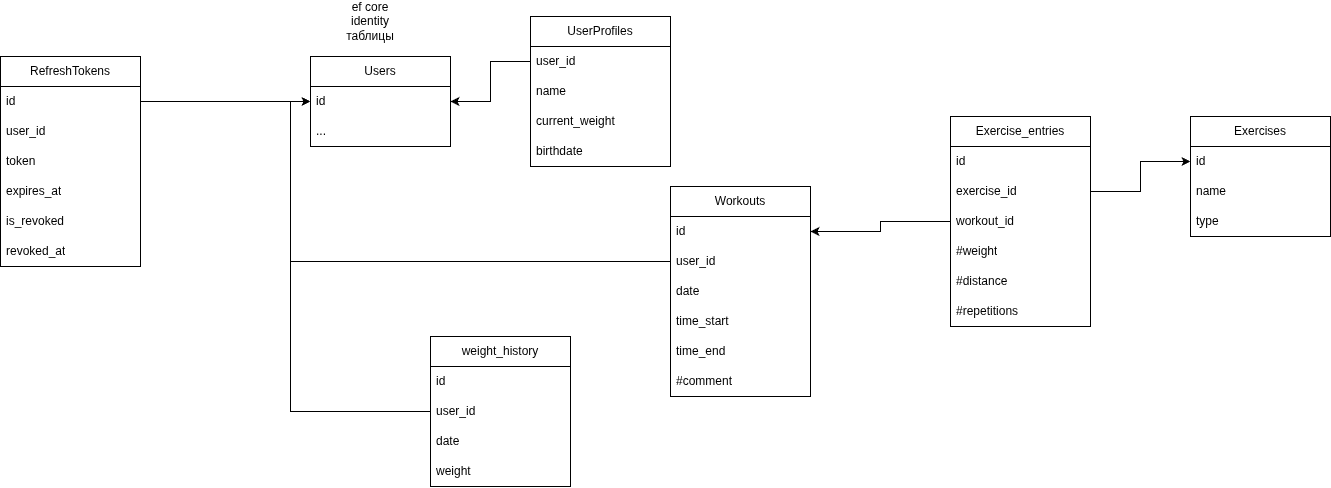
This is tracker-db.drawio.png from CITRUSR/sports-tracker, a draw.io export, as it was before one commit. Source tidied: cells renumbered, new cells last; positions are measured from the earlier drawing's top-left corner, leaving out a move shared by most shapes.
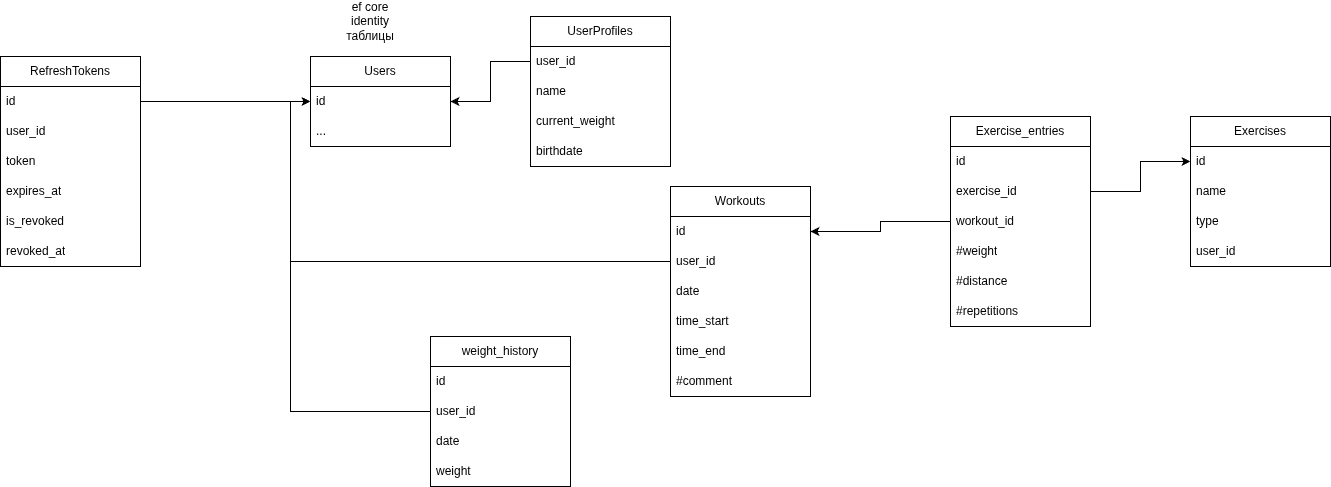
After the commit.

What changed in the source:
```diff
@@ -39,7 +39,7 @@
       <mxGeometry y="180" width="140" height="30" as="geometry" />
     </mxCell>
     <mxCell id="14" value="&lt;span class=&quot;FbVJjN6Hn_SkO0brKm6Q Nu5oHBnoIsaNGxp45Iup wys8db2rsYt2l5vK9OFU XIDYGWsoTGAEBIcv3FkQ YrEYeqPS_UPLU4JgRSnt Mrphoe76dF_2Qsh9PgQ9 GZHO8xV8rEfuWzso2N04 SNV4Fi0YUQbaCGPS7AZL y21N3fUhhA3e0zwVBrsw&quot;&gt;Exercises&lt;/span&gt;" style="swimlane;fontStyle=0;horizontal=1;startSize=30;whiteSpace=wrap;html=1;" parent="1" vertex="1">
-      <mxGeometry x="1190" y="110" width="140" height="120" as="geometry" />
+      <mxGeometry x="1190" y="110" width="140" height="150" as="geometry" />
     </mxCell>
     <mxCell id="15" value="id" style="text;strokeColor=none;fillColor=none;align=left;verticalAlign=middle;spacingLeft=4;spacingRight=4;overflow=hidden;points=[[0,0.5],[1,0.5]];portConstraint=eastwest;whiteSpace=wrap;html=1;" parent="14" vertex="1">
       <mxGeometry y="30" width="140" height="30" as="geometry" />
@@ -50,6 +50,9 @@
     <mxCell id="17" value="type" style="text;strokeColor=none;fillColor=none;align=left;verticalAlign=middle;spacingLeft=4;spacingRight=4;overflow=hidden;whiteSpace=wrap;html=1;" parent="14" vertex="1">
       <mxGeometry y="90" width="140" height="30" as="geometry" />
     </mxCell>
+    <mxCell id="47" value="user_id" style="text;strokeColor=none;fillColor=none;align=left;verticalAlign=middle;spacingLeft=4;spacingRight=4;overflow=hidden;whiteSpace=wrap;html=1;" parent="14" vertex="1">
+      <mxGeometry y="120" width="140" height="30" as="geometry" />
+    </mxCell>
     <mxCell id="18" value="&lt;span class=&quot;FbVJjN6Hn_SkO0brKm6Q Nu5oHBnoIsaNGxp45Iup wys8db2rsYt2l5vK9OFU XIDYGWsoTGAEBIcv3FkQ YrEYeqPS_UPLU4JgRSnt Mrphoe76dF_2Qsh9PgQ9 GZHO8xV8rEfuWzso2N04 SNV4Fi0YUQbaCGPS7AZL y21N3fUhhA3e0zwVBrsw&quot;&gt;Exercise_entries&lt;/span&gt;" style="swimlane;fontStyle=0;horizontal=1;startSize=30;whiteSpace=wrap;html=1;" parent="1" vertex="1">
       <mxGeometry x="950" y="110" width="140" height="210" as="geometry" />
     </mxCell>
```
